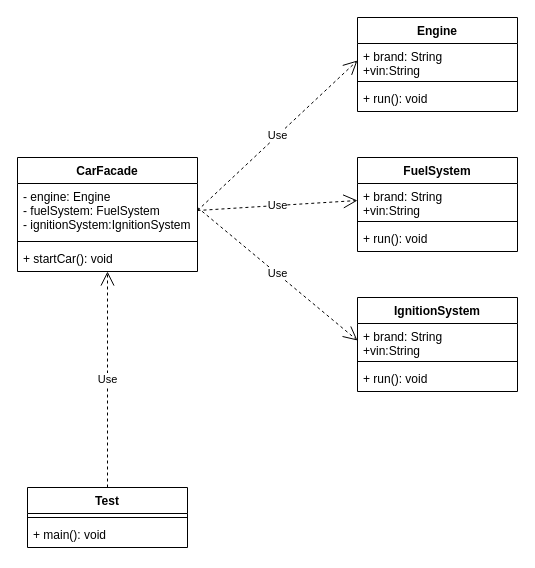
The draw.io diagram design-pattern/src/main/resources/facade.drawio in Jackson-zhanganbing/spring-test, before the edit. Source tidied: cells renumbered, new cells numbered last; positions are measured from the earlier drawing's top-left corner, leaving out a move shared by most shapes. Both pictures are drawn from the tidied source at 100%, with x=0, y=0 at pixel (17, 17).
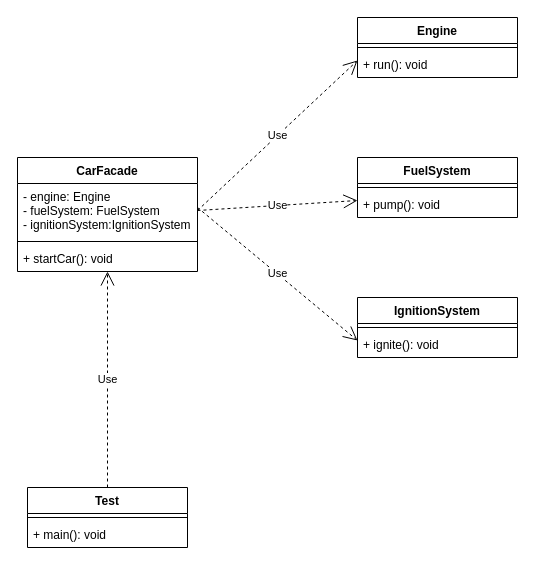
After the change.

Commit message (it also covers changes not shown here):
门面模式串讲词

The change refers to these unchanged cells:
```xml
<mxCell id="3" value="- engine: Engine&#10;- fuelSystem: FuelSystem&#10;- ignitionSystem:IgnitionSystem&#10;" style="text;strokeColor=none;fillColor=none;align=left;verticalAlign=top;spacingLeft=4;spacingRight=4;overflow=hidden;points=[[0,0.5],[1,0.5]];portConstraint=eastwest;" parent="2" vertex="1">
  <mxGeometry y="26" width="180" height="54" as="geometry" />
</mxCell>
```

Change to the diagram source:
```diff
@@
     <mxCell id="6" value="FuelSystem" style="swimlane;fontStyle=1;align=center;verticalAlign=top;horizontal=1;startSize=26;" parent="1" vertex="1">
-      <mxGeometry x="340" y="140" width="160" height="94" as="geometry" />
+      <mxGeometry x="340" y="140" width="160" height="60" as="geometry" />
     </mxCell>
-    <mxCell id="7" value="+ brand: String&#10;+vin:String" style="text;strokeColor=none;fillColor=none;align=left;verticalAlign=top;spacingLeft=4;spacingRight=4;overflow=hidden;points=[[0,0.5],[1,0.5]];portConstraint=eastwest;" parent="6" vertex="1">
-      <mxGeometry y="26" width="160" height="34" as="geometry" />
-    </mxCell>
     <mxCell id="8" style="line;strokeWidth=1;fillColor=none;align=left;verticalAlign=middle;spacingTop=-1;spacingLeft=3;spacingRight=3;labelPosition=right;" parent="6" vertex="1">
-      <mxGeometry y="60" width="160" height="8" as="geometry" />
+      <mxGeometry y="26" width="160" height="8" as="geometry" />
     </mxCell>
-    <mxCell id="9" value="+ run(): void" style="text;strokeColor=none;fillColor=none;align=left;verticalAlign=top;spacingLeft=4;spacingRight=4;overflow=hidden;" parent="6" vertex="1">
-      <mxGeometry y="68" width="160" height="26" as="geometry" />
+    <mxCell id="9" value="+ pump(): void" style="text;strokeColor=none;fillColor=none;align=left;verticalAlign=top;spacingLeft=4;spacingRight=4;overflow=hidden;" parent="6" vertex="1">
+      <mxGeometry y="34" width="160" height="26" as="geometry" />
     </mxCell>
     <mxCell id="10" value="IgnitionSystem" style="swimlane;fontStyle=1;align=center;verticalAlign=top;horizontal=1;startSize=26;" parent="1" vertex="1">
-      <mxGeometry x="340" y="280" width="160" height="94" as="geometry" />
+      <mxGeometry x="340" y="280" width="160" height="60" as="geometry" />
     </mxCell>
-    <mxCell id="11" value="+ brand: String&#10;+vin:String" style="text;strokeColor=none;fillColor=none;align=left;verticalAlign=top;spacingLeft=4;spacingRight=4;overflow=hidden;points=[[0,0.5],[1,0.5]];portConstraint=eastwest;" parent="10" vertex="1">
-      <mxGeometry y="26" width="160" height="34" as="geometry" />
-    </mxCell>
     <mxCell id="12" style="line;strokeWidth=1;fillColor=none;align=left;verticalAlign=middle;spacingTop=-1;spacingLeft=3;spacingRight=3;labelPosition=right;" parent="10" vertex="1">
-      <mxGeometry y="60" width="160" height="8" as="geometry" />
+      <mxGeometry y="26" width="160" height="8" as="geometry" />
     </mxCell>
-    <mxCell id="13" value="+ run(): void" style="text;strokeColor=none;fillColor=none;align=left;verticalAlign=top;spacingLeft=4;spacingRight=4;overflow=hidden;" parent="10" vertex="1">
-      <mxGeometry y="68" width="160" height="26" as="geometry" />
+    <mxCell id="13" value="+ ignite(): void" style="text;strokeColor=none;fillColor=none;align=left;verticalAlign=top;spacingLeft=4;spacingRight=4;overflow=hidden;" parent="10" vertex="1">
+      <mxGeometry y="34" width="160" height="26" as="geometry" />
     </mxCell>
     <mxCell id="14" value="Engine" style="swimlane;fontStyle=1;align=center;verticalAlign=top;horizontal=1;startSize=26;" parent="1" vertex="1">
-      <mxGeometry x="340" width="160" height="94" as="geometry" />
+      <mxGeometry x="340" width="160" height="60" as="geometry" />
     </mxCell>
-    <mxCell id="15" value="+ brand: String&#10;+vin:String" style="text;strokeColor=none;fillColor=none;align=left;verticalAlign=top;spacingLeft=4;spacingRight=4;overflow=hidden;points=[[0,0.5],[1,0.5]];portConstraint=eastwest;" parent="14" vertex="1">
-      <mxGeometry y="26" width="160" height="34" as="geometry" />
-    </mxCell>
     <mxCell id="16" style="line;strokeWidth=1;fillColor=none;align=left;verticalAlign=middle;spacingTop=-1;spacingLeft=3;spacingRight=3;labelPosition=right;" parent="14" vertex="1">
-      <mxGeometry y="60" width="160" height="8" as="geometry" />
+      <mxGeometry y="26" width="160" height="8" as="geometry" />
     </mxCell>
     <mxCell id="17" value="+ run(): void" style="text;strokeColor=none;fillColor=none;align=left;verticalAlign=top;spacingLeft=4;spacingRight=4;overflow=hidden;" parent="14" vertex="1">
-      <mxGeometry y="68" width="160" height="26" as="geometry" />
+      <mxGeometry y="34" width="160" height="26" as="geometry" />
     </mxCell>
-    <mxCell id="18" value="Use" style="endArrow=open;endSize=12;dashed=1;html=1;rounded=0;exitX=1;exitY=0.5;exitDx=0;exitDy=0;entryX=0;entryY=0.5;entryDx=0;entryDy=0;" parent="1" edge="1" source="3" target="15">
-      <mxGeometry relative="1" as="geometry" />
+    <mxCell id="18" value="Use" style="endArrow=open;endSize=12;dashed=1;html=1;rounded=0;exitX=1;exitY=0.5;exitDx=0;exitDy=0;entryX=0;entryY=0.5;entryDx=0;entryDy=0;" parent="1" edge="1" source="3">
+      <mxGeometry relative="1" as="geometry">
+        <mxPoint x="340" y="43" as="targetPoint" />
+      </mxGeometry>
     </mxCell>
-    <mxCell id="19" value="Use" style="endArrow=open;endSize=12;dashed=1;html=1;rounded=0;exitX=1;exitY=0.5;exitDx=0;exitDy=0;entryX=0;entryY=0.5;entryDx=0;entryDy=0;" parent="1" edge="1" source="3" target="7">
-      <mxGeometry relative="1" as="geometry" />
+    <mxCell id="19" value="Use" style="endArrow=open;endSize=12;dashed=1;html=1;rounded=0;exitX=1;exitY=0.5;exitDx=0;exitDy=0;entryX=0;entryY=0.5;entryDx=0;entryDy=0;" parent="1" edge="1" source="3">
+      <mxGeometry relative="1" as="geometry">
+        <mxPoint x="340" y="183" as="targetPoint" />
+      </mxGeometry>
     </mxCell>
-    <mxCell id="20" value="Use" style="endArrow=open;endSize=12;dashed=1;html=1;rounded=0;entryX=0;entryY=0.5;entryDx=0;entryDy=0;" parent="1" edge="1" target="11">
+    <mxCell id="20" value="Use" style="endArrow=open;endSize=12;dashed=1;html=1;rounded=0;entryX=0;entryY=0.5;entryDx=0;entryDy=0;" parent="1" edge="1">
       <mxGeometry relative="1" as="geometry">
         <mxPoint x="180" y="190" as="sourcePoint" />
+        <mxPoint x="340" y="323" as="targetPoint" />
       </mxGeometry>
     </mxCell>
```
